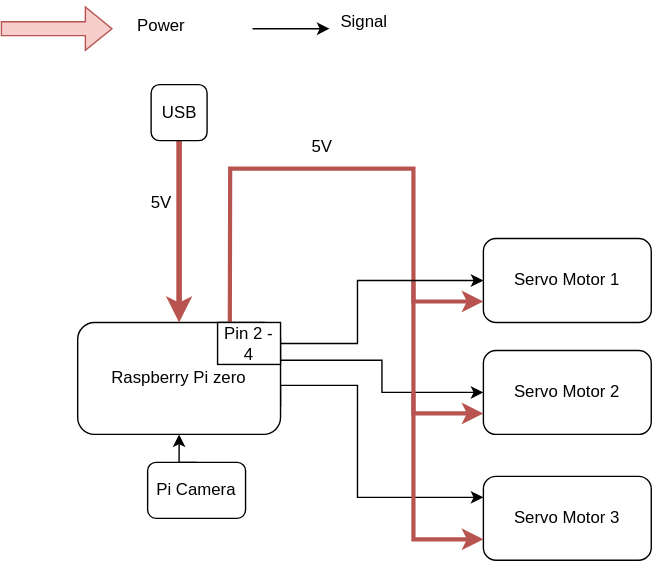
This is power_and_functional_block_dig.svg from Kjshinde/Dynamic-Cam-Align, a draw.io export, as it was before one commit. Source tidied: cells renumbered, new cells last; positions are measured from the earlier drawing's top-left corner, leaving out a move shared by most shapes.
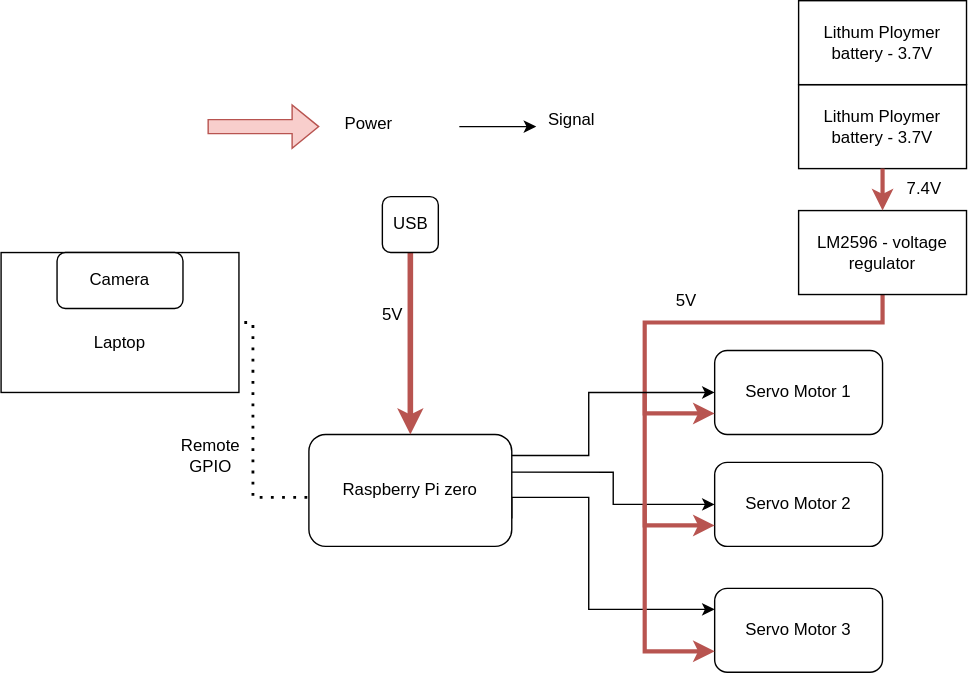
The same diagram one commit later.

The edit, as a diff of the source:
```diff
@@ -22,12 +22,6 @@
     <mxCell id="6" value="5V" style="text;html=1;align=center;verticalAlign=middle;whiteSpace=wrap;rounded=0;" parent="1" vertex="1">
       <mxGeometry x="85" y="130" width="60" height="30" as="geometry" />
     </mxCell>
-    <mxCell id="7" style="edgeStyle=orthogonalEdgeStyle;rounded=0;jettySize=auto;html=1;exitX=0.5;exitY=0;exitDx=0;exitDy=0;entryX=0.5;entryY=1;entryDx=0;entryDy=0;" parent="1" edge="1" source="8" target="4">
-      <mxGeometry relative="1" as="geometry" />
-    </mxCell>
-    <mxCell id="8" value="Pi Camera" style="rounded=1;whiteSpace=wrap;html=1;" parent="1" vertex="1">
-      <mxGeometry x="105" y="330" width="70" height="40" as="geometry" />
-    </mxCell>
     <mxCell id="9" value="Servo Motor 2" style="rounded=1;whiteSpace=wrap;html=1;" parent="1" vertex="1">
       <mxGeometry x="345" y="250" width="120" height="60" as="geometry" />
     </mxCell>
@@ -37,11 +31,11 @@
     <mxCell id="11" value="Servo Motor 3" style="rounded=1;whiteSpace=wrap;html=1;" parent="1" vertex="1">
       <mxGeometry x="345" y="340" width="120" height="60" as="geometry" />
     </mxCell>
-    <mxCell id="12" style="endArrow=classic;html=1;rounded=0;entryX=0;entryY=0.75;entryDx=0;entryDy=0;fillColor=#f8cecc;strokeColor=#b85450;strokeWidth=3;exitX=0.75;exitY=0;exitDx=0;exitDy=0;" parent="1" edge="1" source="4" target="10">
+    <mxCell id="12" style="endArrow=classic;html=1;rounded=0;entryX=0;entryY=0.75;entryDx=0;entryDy=0;fillColor=#f8cecc;strokeColor=#b85450;strokeWidth=3;exitX=0.5;exitY=1;exitDx=0;exitDy=0;" parent="1" edge="1" source="25" target="10">
       <mxGeometry relative="1" as="geometry">
         <Array as="points">
-          <mxPoint x="164" y="120" />
-          <mxPoint x="295" y="120" />
+          <mxPoint x="465" y="150" />
+          <mxPoint x="295" y="150" />
           <mxPoint x="295" y="215" />
         </Array>
       </mxGeometry>
@@ -62,8 +56,9 @@
         </Array>
       </mxGeometry>
     </mxCell>
-    <mxCell id="15" style="endArrow=classic;html=1;rounded=0;exitX=1;exitY=0.5;exitDx=0;exitDy=0;entryX=0;entryY=0.5;entryDx=0;entryDy=0;" parent="1" edge="1" source="22" target="10">
+    <mxCell id="15" style="endArrow=classic;html=1;rounded=0;exitX=1;exitY=0.5;exitDx=0;exitDy=0;entryX=0;entryY=0.5;entryDx=0;entryDy=0;" parent="1" edge="1" target="10">
       <mxGeometry relative="1" as="geometry">
+        <mxPoint x="200" y="245" as="sourcePoint" />
         <Array as="points">
           <mxPoint x="255" y="245" />
           <mxPoint x="255" y="200" />
@@ -75,27 +70,56 @@
     </mxCell>
     <mxCell id="17" style="shape=flexArrow;endArrow=classic;html=1;rounded=0;fillColor=#f8cecc;strokeColor=#b85450;" parent="1" edge="1">
       <mxGeometry relative="1" as="geometry">
-        <mxPoint y="20" as="sourcePoint" />
-        <mxPoint x="80" y="20" as="targetPoint" />
+        <mxPoint x="-17.5" y="10" as="sourcePoint" />
+        <mxPoint x="62.5" y="10" as="targetPoint" />
       </mxGeometry>
     </mxCell>
     <mxCell id="18" value="Power&lt;div&gt;&lt;br&gt;&lt;/div&gt;" style="text;html=1;align=center;verticalAlign=middle;whiteSpace=wrap;rounded=0;" parent="1" vertex="1">
-      <mxGeometry x="85" y="10" width="60" height="30" as="geometry" />
+      <mxGeometry x="67.5" width="60" height="30" as="geometry" />
     </mxCell>
     <mxCell id="19" style="endArrow=classic;html=1;rounded=0;" parent="1" edge="1">
       <mxGeometry relative="1" as="geometry">
-        <mxPoint x="180" y="20" as="sourcePoint" />
-        <mxPoint x="235" y="20" as="targetPoint" />
+        <mxPoint x="162.5" y="10" as="sourcePoint" />
+        <mxPoint x="217.5" y="10" as="targetPoint" />
       </mxGeometry>
     </mxCell>
     <mxCell id="20" value="Signal" style="text;html=1;align=center;verticalAlign=middle;whiteSpace=wrap;rounded=0;" parent="1" vertex="1">
-      <mxGeometry x="230" width="60" height="30" as="geometry" />
+      <mxGeometry x="212.5" y="-10" width="60" height="30" as="geometry" />
     </mxCell>
+    <mxCell id="23" value="Lithum Ploymer battery - 3.7V" style="rounded=0;whiteSpace=wrap;html=1;" parent="1" vertex="1">
+      <mxGeometry x="405" y="-20" width="120" height="60" as="geometry" />
+    </mxCell>
+    <mxCell id="24" value="Lithum Ploymer battery - 3.7V" style="rounded=0;whiteSpace=wrap;html=1;" parent="1" vertex="1">
+      <mxGeometry x="405" y="-80" width="120" height="60" as="geometry" />
+    </mxCell>
+    <mxCell id="25" value="LM2596 - voltage regulator" style="rounded=0;whiteSpace=wrap;html=1;" parent="1" vertex="1">
+      <mxGeometry x="405" y="70" width="120" height="60" as="geometry" />
+    </mxCell>
+    <mxCell id="26" style="endArrow=classic;html=1;rounded=0;exitX=0.5;exitY=1;exitDx=0;exitDy=0;entryX=0.5;entryY=0;entryDx=0;entryDy=0;fillColor=#f8cecc;strokeColor=#b85450;strokeWidth=3;" parent="1" edge="1" source="23" target="25">
+      <mxGeometry relative="1" as="geometry" />
+    </mxCell>
     <mxCell id="21" value="5V" style="text;html=1;align=center;verticalAlign=middle;whiteSpace=wrap;rounded=0;" parent="1" vertex="1">
-      <mxGeometry x="200" y="90" width="60" height="30" as="geometry" />
+      <mxGeometry x="295" y="120" width="60" height="30" as="geometry" />
     </mxCell>
-    <mxCell id="22" value="Pin 2 - 4" style="rounded=0;whiteSpace=wrap;html=1;" parent="1" vertex="1">
-      <mxGeometry x="155" y="230" width="45" height="30" as="geometry" />
-    </mxCell>
+    <mxCell id="27" value="7.4V" style="text;html=1;align=center;verticalAlign=middle;whiteSpace=wrap;rounded=0;" parent="1" vertex="1">
+      <mxGeometry x="465" y="40" width="60" height="30" as="geometry" />
+    </mxCell>
+    <mxCell id="28" value="&lt;div&gt;&lt;br&gt;&lt;/div&gt;&lt;div&gt;&lt;br&gt;&lt;/div&gt;Laptop" style="rounded=0;whiteSpace=wrap;html=1;" parent="1" vertex="1">
+      <mxGeometry x="-165" y="100" width="170" height="100" as="geometry" />
+    </mxCell>
+    <mxCell id="29" value="Camera" style="rounded=1;whiteSpace=wrap;html=1;" parent="1" vertex="1">
+      <mxGeometry x="-125" y="100" width="90" height="40" as="geometry" />
+    </mxCell>
+    <mxCell id="30" style="endArrow=none;dashed=1;html=1;dashPattern=1 3;strokeWidth=2;rounded=0;entryX=1;entryY=0.5;entryDx=0;entryDy=0;exitX=-0.008;exitY=0.562;exitDx=0;exitDy=0;exitPerimeter=0;" parent="1" edge="1" source="4" target="28">
+      <mxGeometry relative="1" as="geometry">
+        <Array as="points">
+          <mxPoint x="15" y="275" />
+          <mxPoint x="15" y="150" />
+        </Array>
+      </mxGeometry>
+    </mxCell>
+    <mxCell id="31" value="Remote&lt;br&gt;GPIO" style="text;html=1;align=center;verticalAlign=middle;whiteSpace=wrap;rounded=0;" parent="1" vertex="1">
+      <mxGeometry x="-45" y="230" width="60" height="30" as="geometry" />
+    </mxCell>
   </root>
 </mxGraphModel>
```
